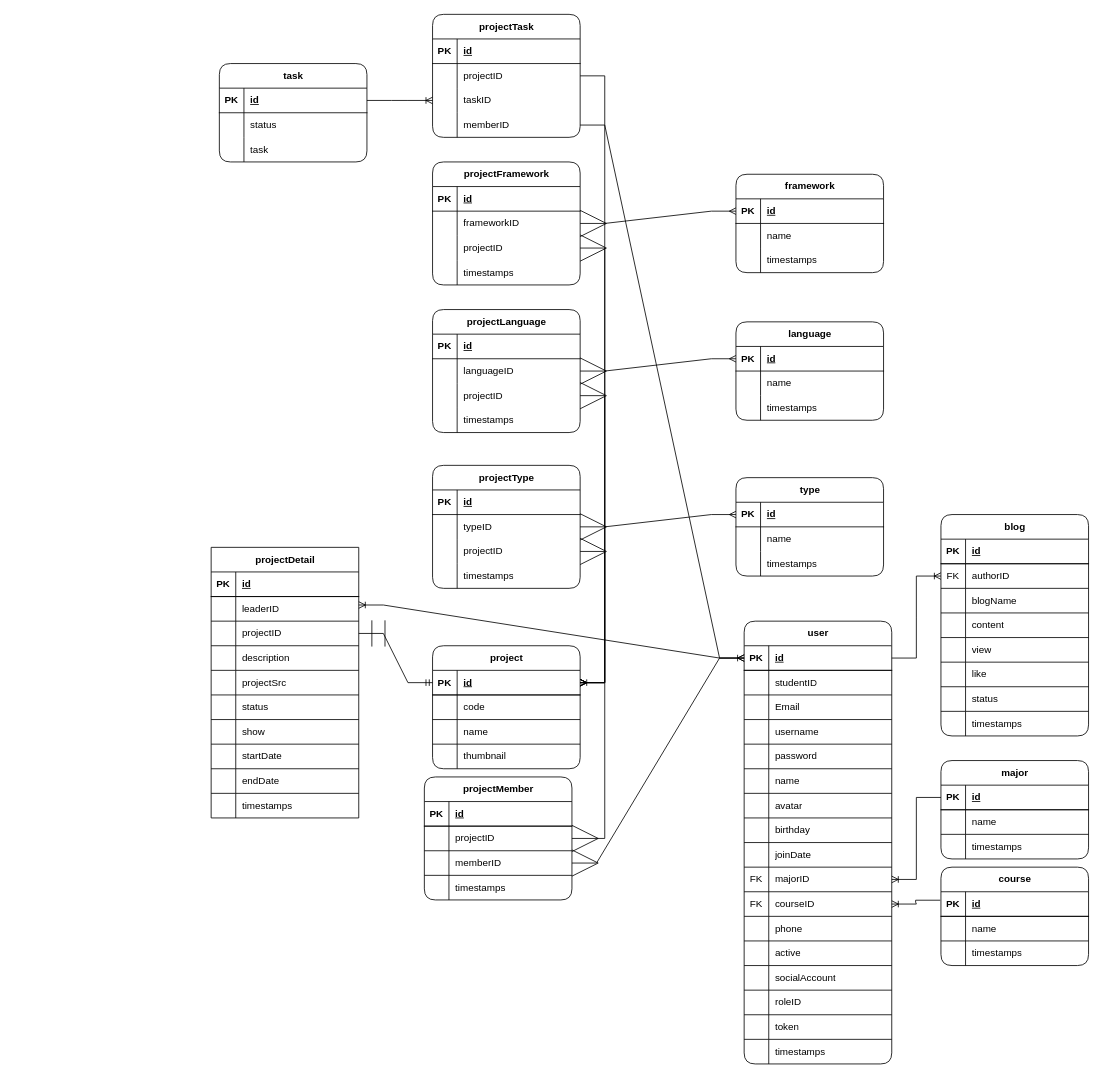
Above: db.drawio in nhat191024/IT-clb-Website (draw.io), before the change. Source tidied: cells renumbered, new cells numbered last; positions are measured from the earlier drawing's top-left corner, leaving out a move shared by most shapes. Both pictures are drawn from the tidied source at 82%, with x=0, y=0 at pixel (211, 14).
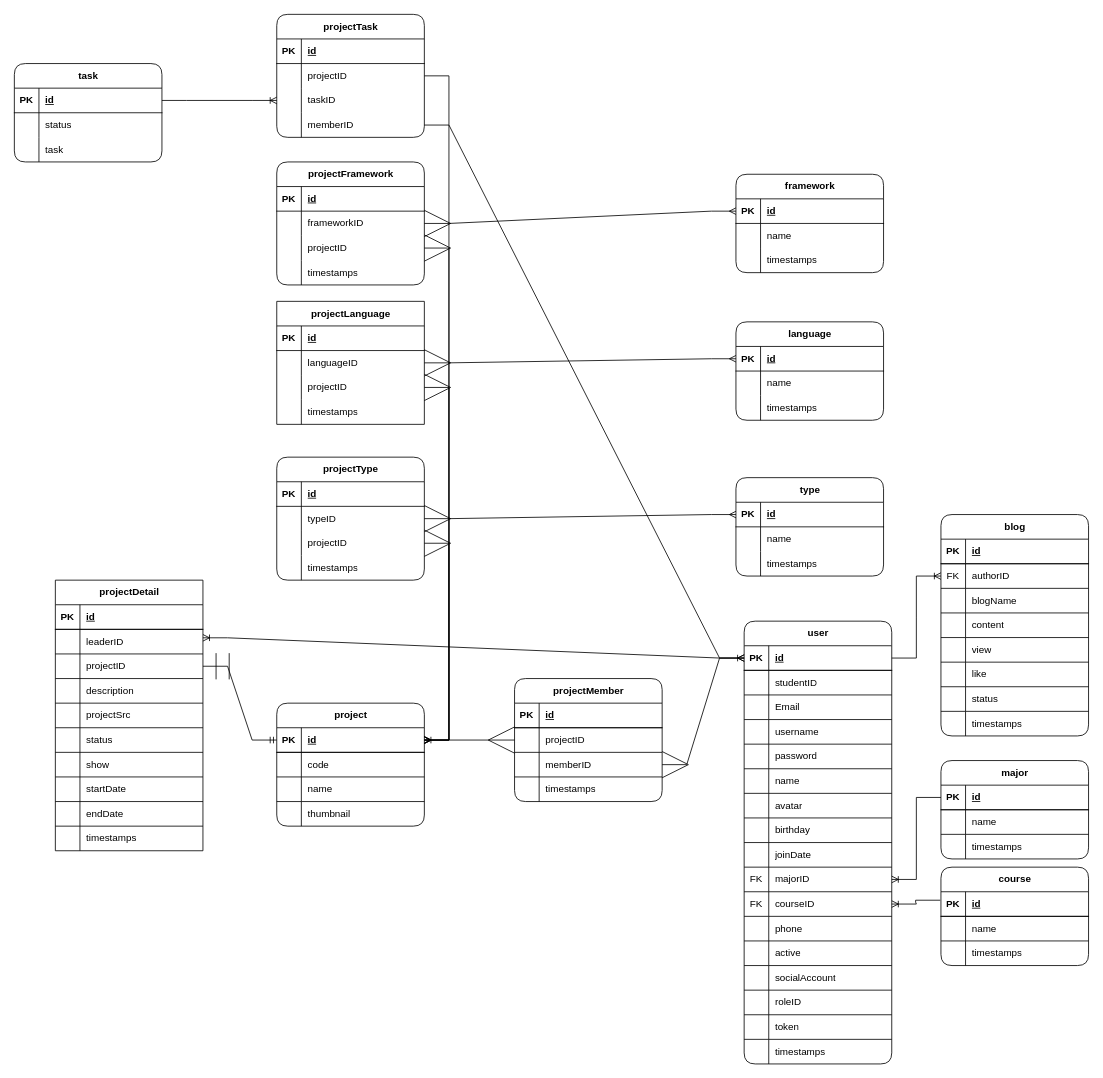
The same diagram, later.

Commit message:
+Update: something change in db erd and i idk?!

Change to the diagram source:
```diff
@@
     <mxCell id="102" value="project" style="shape=table;startSize=30;childLayout=tableLayout;rowLines=1;fontStyle=1;align=center;html=1;rounded=1;strokeColor=default;verticalAlign=middle;fontFamily=Helvetica;fontSize=12;fontColor=default;fillColor=default;" parent="1" vertex="1">
-      <mxGeometry x="270" y="770" width="180" height="150" as="geometry" />
+      <mxGeometry x="80" y="840" width="180" height="150" as="geometry" />
     </mxCell>
@@
     <mxCell id="115" value="projectDetail" style="shape=table;startSize=30;childLayout=tableLayout;rowLines=1;fontStyle=1;align=center;html=1;rounded=1;strokeColor=default;verticalAlign=middle;fontFamily=Helvetica;fontSize=12;fontColor=default;fillColor=default;arcSize=0;" parent="1" vertex="1">
-      <mxGeometry y="650" width="180" height="330" as="geometry" />
+      <mxGeometry x="-190" y="690" width="180" height="330" as="geometry" />
     </mxCell>
@@
     <mxCell id="146" value="projectMember" style="shape=table;startSize=30;childLayout=tableLayout;rowLines=1;fontStyle=1;align=center;html=1;rounded=1;strokeColor=default;verticalAlign=middle;fontFamily=Helvetica;fontSize=12;fontColor=default;fillColor=default;" parent="1" vertex="1">
-      <mxGeometry x="260" y="930" width="180" height="150" as="geometry" />
+      <mxGeometry x="370" y="810" width="180" height="150" as="geometry" />
     </mxCell>
@@
     <mxCell id="173" value="projectType" style="shape=table;startSize=30;childLayout=tableLayout;rowLines=0;fontStyle=1;align=center;html=1;rounded=1;strokeColor=default;verticalAlign=middle;fontFamily=Helvetica;fontSize=12;fontColor=default;fillColor=default;" parent="1" vertex="1">
-      <mxGeometry x="270" y="550" width="180" height="150" as="geometry" />
+      <mxGeometry x="80" y="540" width="180" height="150" as="geometry" />
     </mxCell>
@@
-    <mxCell id="188" value="projectLanguage" style="shape=table;startSize=30;childLayout=tableLayout;rowLines=0;fontStyle=1;align=center;html=1;rounded=1;strokeColor=default;verticalAlign=middle;fontFamily=Helvetica;fontSize=12;fontColor=default;fillColor=default;" parent="1" vertex="1">
-      <mxGeometry x="270" y="360" width="180" height="150" as="geometry" />
+    <mxCell id="188" value="projectLanguage" style="shape=table;startSize=30;childLayout=tableLayout;rowLines=0;fontStyle=1;align=center;html=1;rounded=1;strokeColor=default;verticalAlign=middle;fontFamily=Helvetica;fontSize=12;fontColor=default;fillColor=default;arcSize=0;" parent="1" vertex="1">
+      <mxGeometry x="80" y="350" width="180" height="150" as="geometry" />
     </mxCell>
@@
     <mxCell id="213" value="projectFramework" style="shape=table;startSize=30;childLayout=tableLayout;rowLines=0;fontStyle=1;align=center;html=1;rounded=1;strokeColor=default;verticalAlign=middle;fontFamily=Helvetica;fontSize=12;fontColor=default;fillColor=default;" parent="1" vertex="1">
-      <mxGeometry x="270" y="180" width="180" height="150" as="geometry" />
+      <mxGeometry x="80" y="180" width="180" height="150" as="geometry" />
     </mxCell>
@@
     <mxCell id="238" value="task" style="shape=table;startSize=30;childLayout=tableLayout;rowLines=0;fontStyle=1;align=center;html=1;rounded=1;strokeColor=default;verticalAlign=middle;fontFamily=Helvetica;fontSize=12;fontColor=default;fillColor=default;" parent="1" vertex="1">
-      <mxGeometry x="10" y="60" width="180" height="120" as="geometry" />
+      <mxGeometry x="-240" y="60" width="180" height="120" as="geometry" />
     </mxCell>
@@
     <mxCell id="248" value="projectTask" style="shape=table;startSize=30;childLayout=tableLayout;rowLines=0;fontStyle=1;align=center;html=1;rounded=1;strokeColor=default;verticalAlign=middle;fontFamily=Helvetica;fontSize=12;fontColor=default;fillColor=default;" parent="1" vertex="1">
-      <mxGeometry x="270" width="180" height="150" as="geometry" />
+      <mxGeometry x="80" width="180" height="150" as="geometry" />
     </mxCell>
```
